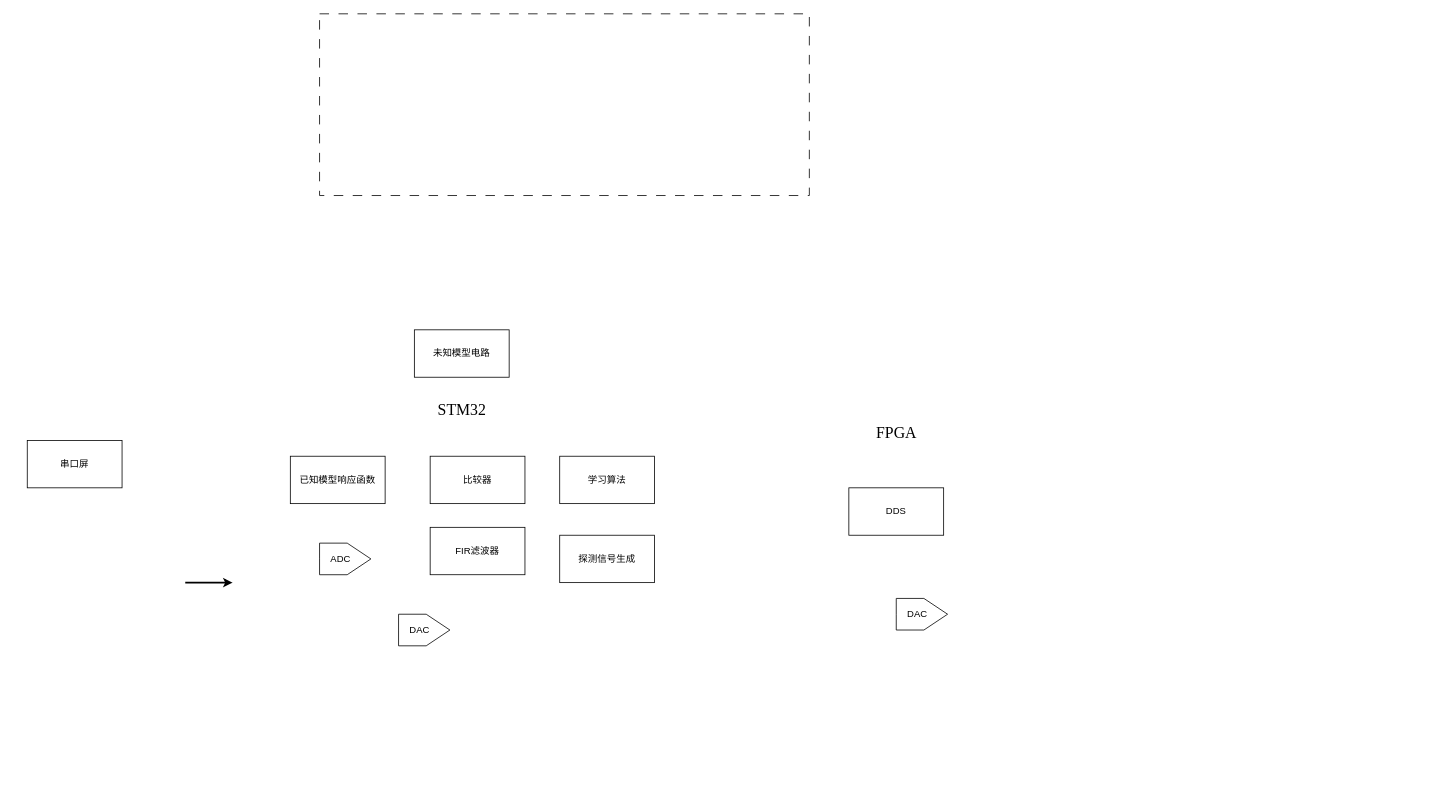
Above: 25G系统框图.drawio in zeandon/draw.io (draw.io), before the change. Source tidied: cells renumbered, new cells numbered last; positions are measured from the earlier drawing's top-left corner, leaving out a move shared by most shapes. Both pictures are drawn from the tidied source at 79%, with x=0, y=0 at pixel (27, 13).
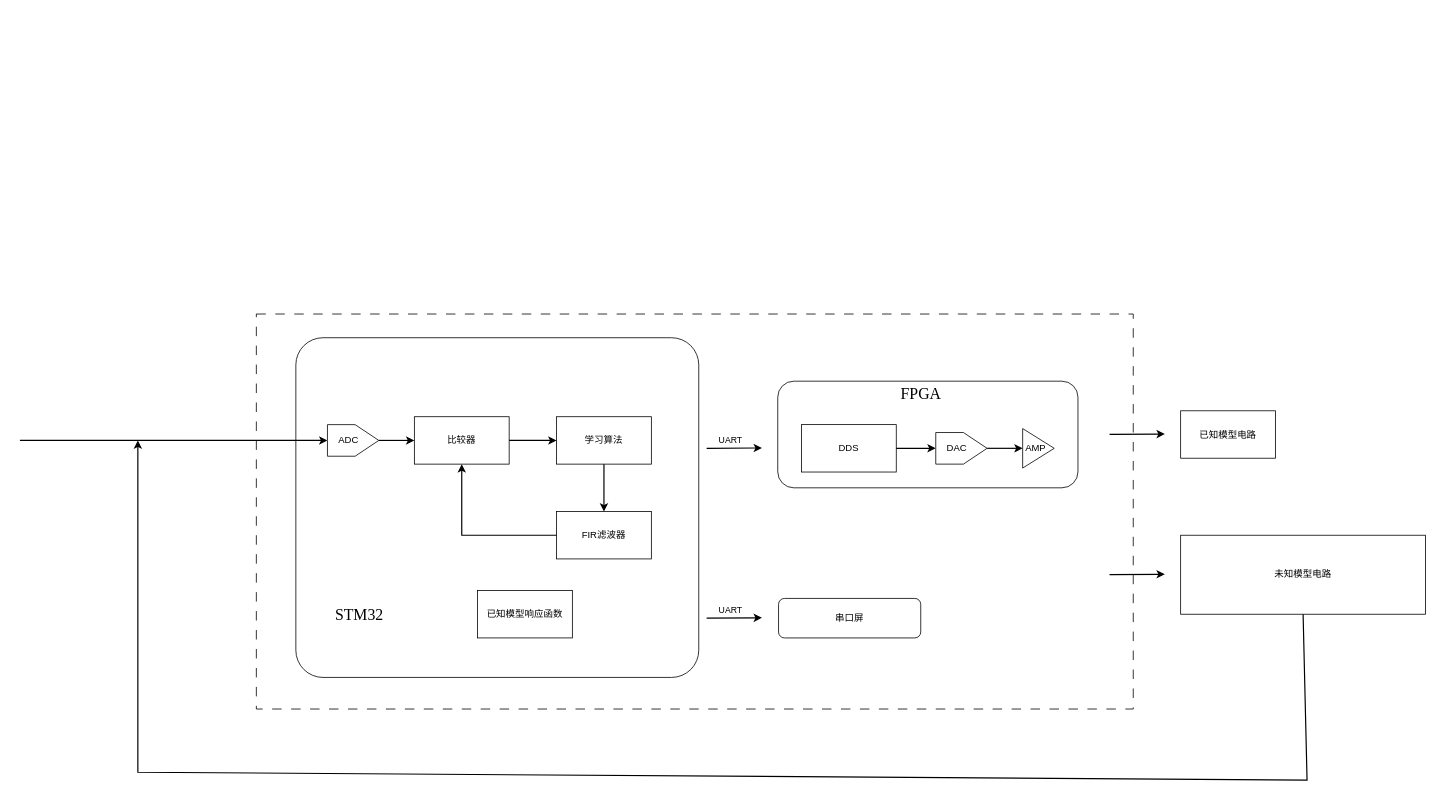
Above is the later version.

Commit message (it also covers changes not shown here):
更新25G系统框图.drawio

Change to the diagram source:
```diff
@@
     <mxCell id="2" style="rounded=0;whiteSpace=wrap;html=1;dashed=1;dashPattern=12 12;" parent="1" vertex="1">
-      <mxGeometry x="370" width="620" height="230" as="geometry" />
+      <mxGeometry x="290" y="380" width="1110" height="500" as="geometry" />
     </mxCell>
+    <mxCell id="17" style="rounded=1;whiteSpace=wrap;html=1;arcSize=8;" parent="1" vertex="1">
+      <mxGeometry x="340" y="410" width="510" height="430" as="geometry" />
+    </mxCell>
+    <mxCell id="18" style="rounded=1;whiteSpace=wrap;html=1;" parent="1" vertex="1">
+      <mxGeometry x="950" y="465" width="380" height="135" as="geometry" />
+    </mxCell>
-    <mxCell id="3" style="endArrow=classic;html=1;rounded=0;strokeWidth=2;" parent="1" edge="1">
+    <mxCell id="3" style="endArrow=classic;html=1;rounded=0;strokeWidth=1.5;entryX=0;entryY=0.5;entryDx=0;entryDy=0;entryPerimeter=0;" parent="1" edge="1" target="10">
       <mxGeometry relative="1" as="geometry">
-        <mxPoint x="200" y="720" as="sourcePoint" />
-        <mxPoint x="260" y="720" as="targetPoint" />
+        <mxPoint x="-9.3" y="540" as="sourcePoint" />
       </mxGeometry>
     </mxCell>
     <mxCell id="4" value="STM32" style="text;strokeColor=none;fillColor=none;html=1;fontSize=20;fontStyle=0;verticalAlign=middle;align=center;fontFamily=Times New Roman;" parent="1" vertex="1">
-      <mxGeometry x="500" y="480" width="100" height="40" as="geometry" />
+      <mxGeometry x="370" y="740" width="100" height="40" as="geometry" />
     </mxCell>
     <mxCell id="5" value="已知模型&lt;span style=&quot;background-color: transparent; color: light-dark(rgb(0, 0, 0), rgb(255, 255, 255));&quot;&gt;响应函数&lt;/span&gt;" style="rounded=0;whiteSpace=wrap;html=1;" parent="1" vertex="1">
-      <mxGeometry x="333" y="560" width="120" height="60" as="geometry" />
+      <mxGeometry x="570" y="730" width="120" height="60" as="geometry" />
     </mxCell>
     <mxCell id="6" value="比较器" style="rounded=0;whiteSpace=wrap;html=1;" parent="1" vertex="1">
-      <mxGeometry x="510" y="560" width="120" height="60" as="geometry" />
+      <mxGeometry x="490" y="510" width="120" height="60" as="geometry" />
     </mxCell>
     <mxCell id="7" value="学习算法" style="rounded=0;whiteSpace=wrap;html=1;" parent="1" vertex="1">
-      <mxGeometry x="674" y="560" width="120" height="60" as="geometry" />
+      <mxGeometry x="670" y="510" width="120" height="60" as="geometry" />
     </mxCell>
-    <mxCell id="8" value="探测信号生成" style="rounded=0;whiteSpace=wrap;html=1;" parent="1" vertex="1">
-      <mxGeometry x="674" y="660" width="120" height="60" as="geometry" />
-    </mxCell>
     <mxCell id="9" value="FIR滤波器" style="rounded=0;whiteSpace=wrap;html=1;" parent="1" vertex="1">
-      <mxGeometry x="510" y="650" width="120" height="60" as="geometry" />
+      <mxGeometry x="670" y="630" width="120" height="60" as="geometry" />
     </mxCell>
     <mxCell id="10" value="ADC&amp;nbsp; &amp;nbsp;&amp;nbsp;" style="html=1;shadow=0;dashed=0;align=center;verticalAlign=middle;shape=mxgraph.arrows2.arrow;dy=0;dx=30;notch=0;" parent="1" vertex="1">
-      <mxGeometry x="370" y="670" width="65" height="40" as="geometry" />
+      <mxGeometry x="380" y="520" width="65" height="40" as="geometry" />
     </mxCell>
     <mxCell id="11" value="FPGA" style="text;strokeColor=none;fillColor=none;html=1;fontSize=20;fontStyle=0;verticalAlign=middle;align=center;fontFamily=Times New Roman;" parent="1" vertex="1">
-      <mxGeometry x="1050" y="510" width="100" height="40" as="geometry" />
+      <mxGeometry x="1081" y="460" width="100" height="40" as="geometry" />
     </mxCell>
     <mxCell id="12" value="DDS" style="rounded=0;whiteSpace=wrap;html=1;" parent="1" vertex="1">
-      <mxGeometry x="1040" y="600" width="120" height="60" as="geometry" />
+      <mxGeometry x="980" y="520" width="120" height="60" as="geometry" />
     </mxCell>
-    <mxCell id="13" value="DAC&amp;nbsp; &amp;nbsp;&amp;nbsp;" style="html=1;shadow=0;dashed=0;align=center;verticalAlign=middle;shape=mxgraph.arrows2.arrow;dy=0;dx=30;notch=0;" parent="1" vertex="1">
-      <mxGeometry x="470" y="760" width="65" height="40" as="geometry" />
-    </mxCell>
     <mxCell id="14" value="DAC&amp;nbsp; &amp;nbsp;&amp;nbsp;" style="html=1;shadow=0;dashed=0;align=center;verticalAlign=middle;shape=mxgraph.arrows2.arrow;dy=0;dx=30;notch=0;" parent="1" vertex="1">
-      <mxGeometry x="1100" y="740" width="65" height="40" as="geometry" />
+      <mxGeometry x="1150" y="530" width="65" height="40" as="geometry" />
     </mxCell>
+    <mxCell id="16" value="未知模型电路" style="rounded=0;whiteSpace=wrap;html=1;" parent="1" vertex="1">
+      <mxGeometry x="1460" y="660" width="310" height="100" as="geometry" />
+    </mxCell>
+    <mxCell id="19" value="AMP&amp;nbsp;&amp;nbsp;" style="triangle;whiteSpace=wrap;html=1;" parent="1" vertex="1">
+      <mxGeometry x="1260" y="525" width="40" height="50" as="geometry" />
+    </mxCell>
+    <mxCell id="20" style="endArrow=classic;html=1;rounded=0;strokeWidth=1.5;" parent="1" edge="1">
+      <mxGeometry relative="1" as="geometry">
+        <mxPoint x="860" y="550" as="sourcePoint" />
+        <mxPoint x="930" y="549.5" as="targetPoint" />
+      </mxGeometry>
+    </mxCell>
+    <mxCell id="21" value="UART" style="edgeLabel;html=1;align=center;verticalAlign=middle;" parent="20" vertex="1">
+      <mxGeometry x="0.27" y="2" relative="1" as="geometry">
+        <mxPoint x="-14" y="-8" as="offset" />
+      </mxGeometry>
+    </mxCell>
+    <mxCell id="22" style="endArrow=classic;html=1;rounded=0;strokeWidth=1.5;" parent="1" edge="1">
+      <mxGeometry relative="1" as="geometry">
+        <mxPoint x="1370" y="532.4" as="sourcePoint" />
+        <mxPoint x="1440" y="531.9" as="targetPoint" />
+      </mxGeometry>
+    </mxCell>
+    <mxCell id="23" value="已知模型电路" style="rounded=0;whiteSpace=wrap;html=1;" parent="1" vertex="1">
+      <mxGeometry x="1460" y="502.5" width="120" height="60" as="geometry" />
+    </mxCell>
-    <mxCell id="15" value="串口屏" style="rounded=0;whiteSpace=wrap;html=1;" parent="1" vertex="1">
-      <mxGeometry y="540" width="120" height="60" as="geometry" />
+    <mxCell id="15" value="串口屏" style="rounded=1;whiteSpace=wrap;html=1;" parent="1" vertex="1">
+      <mxGeometry x="951" y="740" width="180" height="50" as="geometry" />
     </mxCell>
-    <mxCell id="16" value="未知模型电路" style="rounded=0;whiteSpace=wrap;html=1;" parent="1" vertex="1">
-      <mxGeometry x="490" y="400" width="120" height="60" as="geometry" />
-    </mxCell>
+    <mxCell id="24" style="endArrow=classic;html=1;rounded=0;strokeWidth=1.5;" parent="1" edge="1">
+      <mxGeometry relative="1" as="geometry">
+        <mxPoint x="860" y="765" as="sourcePoint" />
+        <mxPoint x="930" y="764.5" as="targetPoint" />
+      </mxGeometry>
+    </mxCell>
+    <mxCell id="25" value="UART" style="edgeLabel;html=1;align=center;verticalAlign=middle;" parent="24" vertex="1">
+      <mxGeometry x="0.27" y="2" relative="1" as="geometry">
+        <mxPoint x="-14" y="-8" as="offset" />
+      </mxGeometry>
+    </mxCell>
+    <mxCell id="26" style="endArrow=classic;html=1;rounded=0;strokeWidth=1.5;entryX=0;entryY=0.5;entryDx=0;entryDy=0;exitX=1;exitY=0.5;exitDx=0;exitDy=0;exitPerimeter=0;" parent="1" edge="1" source="10" target="6">
+      <mxGeometry relative="1" as="geometry" />
+    </mxCell>
+    <mxCell id="27" style="endArrow=classic;html=1;rounded=0;strokeWidth=1.5;entryX=0;entryY=0.5;entryDx=0;entryDy=0;exitX=1;exitY=0.5;exitDx=0;exitDy=0;" parent="1" edge="1" source="6" target="7">
+      <mxGeometry relative="1" as="geometry" />
+    </mxCell>
+    <mxCell id="28" style="endArrow=classic;html=1;rounded=0;strokeWidth=1.5;entryX=0.5;entryY=0;entryDx=0;entryDy=0;exitX=0.5;exitY=1;exitDx=0;exitDy=0;" parent="1" edge="1" source="7" target="9">
+      <mxGeometry relative="1" as="geometry" />
+    </mxCell>
+    <mxCell id="29" style="endArrow=classic;html=1;rounded=0;strokeWidth=1.5;entryX=0.5;entryY=1;entryDx=0;entryDy=0;exitX=0;exitY=0.5;exitDx=0;exitDy=0;" parent="1" edge="1" source="9" target="6">
+      <mxGeometry relative="1" as="geometry">
+        <Array as="points">
+          <mxPoint x="550" y="660" />
+        </Array>
+      </mxGeometry>
+    </mxCell>
+    <mxCell id="30" style="endArrow=classic;html=1;rounded=0;strokeWidth=1.5;entryX=0;entryY=0.5;entryDx=0;entryDy=0;exitX=1;exitY=0.5;exitDx=0;exitDy=0;entryPerimeter=0;" parent="1" edge="1" source="12" target="14">
+      <mxGeometry relative="1" as="geometry" />
+    </mxCell>
+    <mxCell id="31" style="endArrow=classic;html=1;rounded=0;strokeWidth=1.5;entryX=0;entryY=0.5;entryDx=0;entryDy=0;exitX=1;exitY=0.5;exitDx=0;exitDy=0;exitPerimeter=0;" parent="1" edge="1" source="14" target="19">
+      <mxGeometry relative="1" as="geometry" />
+    </mxCell>
+    <mxCell id="32" style="endArrow=classic;html=1;rounded=0;strokeWidth=1.5;" parent="1" edge="1">
+      <mxGeometry relative="1" as="geometry">
+        <mxPoint x="1370" y="709.9" as="sourcePoint" />
+        <mxPoint x="1440" y="709.4" as="targetPoint" />
+      </mxGeometry>
+    </mxCell>
+    <mxCell id="33" style="endArrow=classic;html=1;rounded=0;strokeWidth=1.5;exitX=0.5;exitY=1;exitDx=0;exitDy=0;" parent="1" edge="1" source="16">
+      <mxGeometry relative="1" as="geometry">
+        <mxPoint x="140" y="540" as="targetPoint" />
+        <Array as="points">
+          <mxPoint x="1620" y="970" />
+          <mxPoint x="140" y="960" />
+        </Array>
+      </mxGeometry>
+    </mxCell>
```
